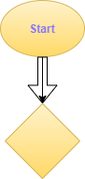
Earlier version of the draw.io export explore/diagramming/diagram.drawio.png (Yoomin99/fa21-cse110-lab4). Source tidied: cells renumbered, new cells last; positions are measured from the earlier drawing's top-left corner, leaving out a move shared by most shapes.
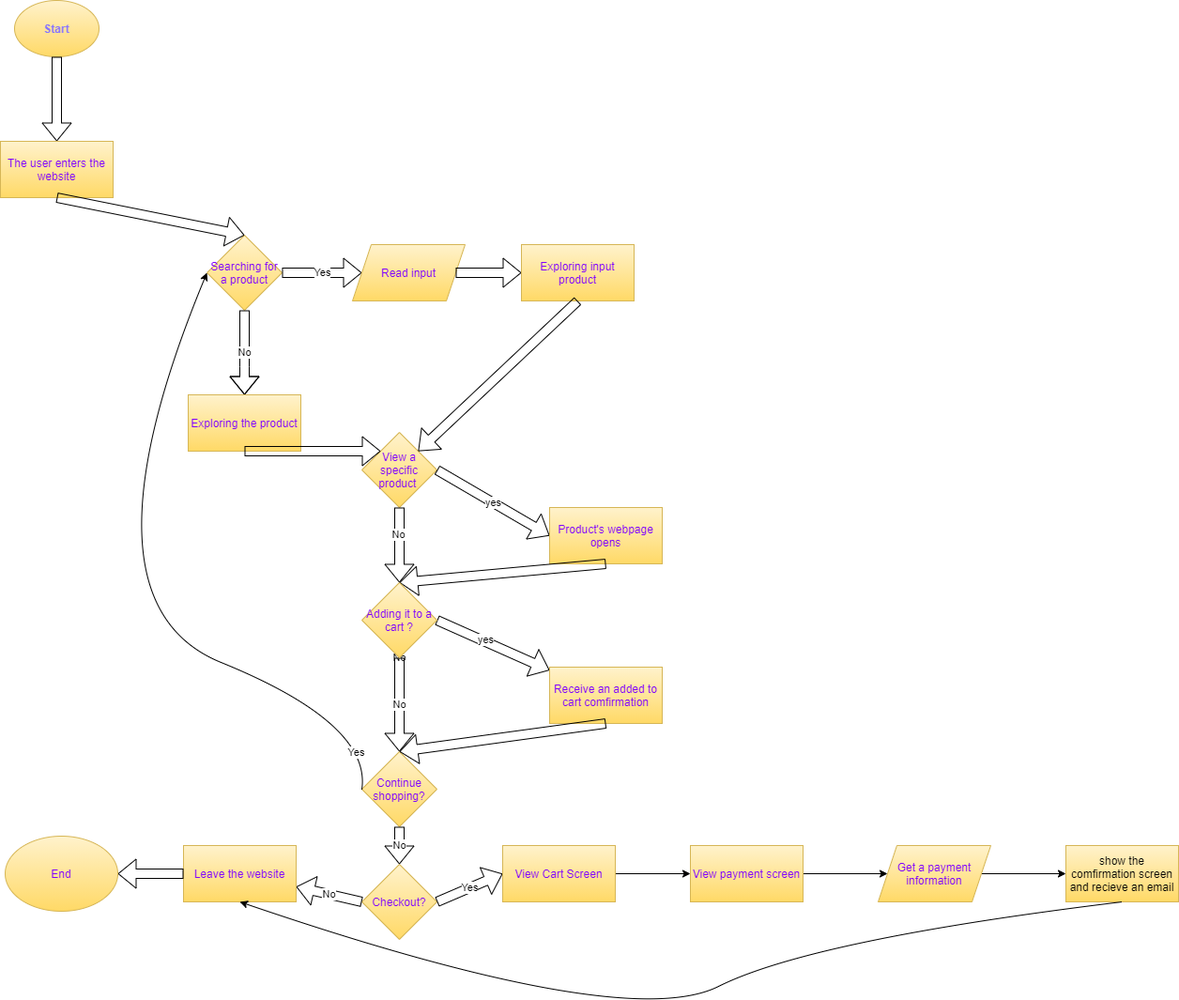
The same file after the commit.

Change to the diagram source:
```diff
@@ -2,19 +2,163 @@
   <root>
     <mxCell id="0" />
     <mxCell id="1" parent="0" />
-    <mxCell id="2" style="edgeStyle=orthogonalEdgeStyle;rounded=0;jettySize=auto;html=1;" parent="1" edge="1" source="3" target="4">
-      <mxGeometry relative="1" as="geometry" />
-    </mxCell>
     <mxCell id="3" value="&lt;b&gt;&lt;font color=&quot;#8875ff&quot;&gt;Start&lt;/font&gt;&lt;/b&gt;" style="ellipse;whiteSpace=wrap;html=1;gradientColor=#ffd966;fillColor=#fff2cc;strokeColor=#d6b656;" parent="1" vertex="1">
-      <mxGeometry width="90" height="60" as="geometry" />
+      <mxGeometry x="-200" y="-10" width="90" height="60" as="geometry" />
     </mxCell>
-    <mxCell id="4" style="rhombus;whiteSpace=wrap;html=1;gradientColor=#ffd966;fillColor=#fff2cc;strokeColor=#d6b656;" parent="1" vertex="1">
-      <mxGeometry x="5" y="110" width="80" height="80" as="geometry" />
+    <mxCell id="4" value="&lt;font color=&quot;#7f00ff&quot;&gt;Searching for a product&lt;/font&gt;" style="rhombus;whiteSpace=wrap;html=1;gradientColor=#ffd966;fillColor=#fff2cc;strokeColor=#d6b656;" parent="1" vertex="1">
+      <mxGeometry x="5" y="240" width="80" height="80" as="geometry" />
     </mxCell>
-    <mxCell id="5" style="shape=flexArrow;endArrow=classic;html=1;entryX=0.5;entryY=0;entryDx=0;entryDy=0;" parent="1" edge="1" target="4">
-      <mxGeometry relative="1" as="geometry">
-        <mxPoint x="45" y="60" as="sourcePoint" />
-      </mxGeometry>
+    <mxCell id="5" style="shape=flexArrow;endArrow=classic;html=1;entryX=0.5;entryY=0;entryDx=0;entryDy=0;exitX=0.5;exitY=1;exitDx=0;exitDy=0;" parent="1" edge="1" source="3" target="6">
+      <mxGeometry relative="1" as="geometry" />
     </mxCell>
+    <mxCell id="6" value="&lt;font color=&quot;#7f00ff&quot;&gt;The user enters the website&lt;/font&gt;" style="rounded=0;whiteSpace=wrap;html=1;gradientColor=#ffd966;fillColor=#fff2cc;strokeColor=#d6b656;" parent="1" vertex="1">
+      <mxGeometry x="-215" y="140" width="120" height="60" as="geometry" />
+    </mxCell>
+    <mxCell id="7" style="shape=flexArrow;endArrow=classic;html=1;entryX=0.5;entryY=0;entryDx=0;entryDy=0;exitX=0.5;exitY=1;exitDx=0;exitDy=0;" parent="1" edge="1" source="6" target="4">
+      <mxGeometry relative="1" as="geometry" />
+    </mxCell>
+    <mxCell id="8" value="Yes" style="shape=flexArrow;endArrow=classic;html=1;exitX=1;exitY=0.5;exitDx=0;exitDy=0;" parent="1" edge="1" source="4">
+      <mxGeometry relative="1" as="geometry">
+        <mxPoint x="170" y="280" as="targetPoint" />
+      </mxGeometry>
+    </mxCell>
+    <mxCell id="9" value="&lt;font color=&quot;#7f00ff&quot;&gt;Read input&lt;/font&gt;" style="shape=parallelogram;perimeter=parallelogramPerimeter;whiteSpace=wrap;html=1;fixedSize=1;gradientColor=#ffd966;fillColor=#fff2cc;strokeColor=#d6b656;" parent="1" vertex="1">
+      <mxGeometry x="160" y="250" width="120" height="60" as="geometry" />
+    </mxCell>
+    <mxCell id="10" style="shape=flexArrow;endArrow=classic;html=1;exitX=1;exitY=0.5;exitDx=0;exitDy=0;" parent="1" edge="1" source="9">
+      <mxGeometry relative="1" as="geometry">
+        <mxPoint x="340" y="280" as="targetPoint" />
+      </mxGeometry>
+    </mxCell>
+    <mxCell id="11" value="&lt;font color=&quot;#7f00ff&quot;&gt;Exploring input product&lt;/font&gt;" style="rounded=0;whiteSpace=wrap;html=1;fillColor=#fff2cc;gradientColor=#ffd966;strokeColor=#d6b656;" parent="1" vertex="1">
+      <mxGeometry x="340" y="250" width="120" height="60" as="geometry" />
+    </mxCell>
+    <mxCell id="12" value="No" style="shape=flexArrow;endArrow=classic;html=1;exitX=0.5;exitY=1;exitDx=0;exitDy=0;" parent="1" edge="1" source="4" target="13">
+      <mxGeometry relative="1" as="geometry">
+        <Array as="points">
+          <mxPoint x="45" y="380" />
+        </Array>
+      </mxGeometry>
+    </mxCell>
+    <mxCell id="13" value="&lt;font color=&quot;#7f00ff&quot;&gt;Exploring the product&lt;/font&gt;" style="rounded=0;whiteSpace=wrap;html=1;fillColor=#fff2cc;gradientColor=#ffd966;strokeColor=#d6b656;" parent="1" vertex="1">
+      <mxGeometry x="-15" y="410" width="120" height="60" as="geometry" />
+    </mxCell>
+    <mxCell id="14" value="&lt;font color=&quot;#7f00ff&quot;&gt;View a specific product&amp;nbsp;&lt;/font&gt;" style="rhombus;whiteSpace=wrap;html=1;fillColor=#fff2cc;gradientColor=#ffd966;strokeColor=#d6b656;" parent="1" vertex="1">
+      <mxGeometry x="170" y="450" width="80" height="80" as="geometry" />
+    </mxCell>
+    <mxCell id="15" style="shape=flexArrow;endArrow=classic;html=1;exitX=0.5;exitY=1;exitDx=0;exitDy=0;entryX=0;entryY=0;entryDx=0;entryDy=0;" parent="1" edge="1" source="13" target="14">
+      <mxGeometry relative="1" as="geometry" />
+    </mxCell>
+    <mxCell id="16" style="shape=flexArrow;endArrow=classic;html=1;exitX=0.5;exitY=1;exitDx=0;exitDy=0;entryX=1;entryY=0;entryDx=0;entryDy=0;" parent="1" edge="1" source="11" target="14">
+      <mxGeometry relative="1" as="geometry" />
+    </mxCell>
+    <mxCell id="17" value="yes" style="shape=flexArrow;endArrow=classic;html=1;exitX=1;exitY=0.5;exitDx=0;exitDy=0;" parent="1" edge="1" source="14">
+      <mxGeometry relative="1" as="geometry">
+        <mxPoint x="370" y="560" as="targetPoint" />
+      </mxGeometry>
+    </mxCell>
+    <mxCell id="18" value="&lt;font color=&quot;#7f00ff&quot;&gt;Product's webpage opens&lt;/font&gt;" style="rounded=0;whiteSpace=wrap;html=1;fillColor=#fff2cc;gradientColor=#ffd966;strokeColor=#d6b656;" parent="1" vertex="1">
+      <mxGeometry x="370" y="530" width="120" height="60" as="geometry" />
+    </mxCell>
+    <mxCell id="19" value="No" style="shape=flexArrow;endArrow=classic;html=1;exitX=0.5;exitY=1;exitDx=0;exitDy=0;startArrow=none;" parent="1" edge="1" source="34">
+      <mxGeometry relative="1" as="geometry">
+        <mxPoint x="210" y="690" as="targetPoint" />
+      </mxGeometry>
+    </mxCell>
+    <mxCell id="20" style="shape=flexArrow;endArrow=classic;html=1;exitX=0.5;exitY=1;exitDx=0;exitDy=0;entryX=0.5;entryY=0;entryDx=0;entryDy=0;" parent="1" edge="1" source="18" target="34">
+      <mxGeometry relative="1" as="geometry" />
+    </mxCell>
+    <mxCell id="21" style="shape=flexArrow;endArrow=classic;html=1;exitX=1;exitY=0.5;exitDx=0;exitDy=0;" parent="1" edge="1" source="34" target="23">
+      <mxGeometry relative="1" as="geometry" />
+    </mxCell>
+    <mxCell id="22" value="yes" style="edgeLabel;html=1;align=center;verticalAlign=middle;" parent="21" vertex="1">
+      <mxGeometry x="-0.14" y="2" relative="1" as="geometry" />
+    </mxCell>
+    <mxCell id="23" value="&lt;font color=&quot;#7f00ff&quot;&gt;Receive an added to cart comfirmation&lt;/font&gt;" style="rounded=0;whiteSpace=wrap;html=1;fillColor=#fff2cc;gradientColor=#ffd966;strokeColor=#d6b656;" parent="1" vertex="1">
+      <mxGeometry x="370" y="700" width="120" height="60" as="geometry" />
+    </mxCell>
+    <mxCell id="24" value="No" style="shape=flexArrow;endArrow=classic;html=1;exitX=0.5;exitY=1;exitDx=0;exitDy=0;" parent="1" edge="1" source="34" target="25">
+      <mxGeometry relative="1" as="geometry" />
+    </mxCell>
+    <mxCell id="25" value="&lt;font color=&quot;#7f00ff&quot;&gt;Continue shopping?&lt;/font&gt;" style="rhombus;whiteSpace=wrap;html=1;fillColor=#fff2cc;gradientColor=#ffd966;strokeColor=#d6b656;" parent="1" vertex="1">
+      <mxGeometry x="170" y="790" width="80" height="80" as="geometry" />
+    </mxCell>
+    <mxCell id="26" style="shape=flexArrow;endArrow=classic;html=1;exitX=0.5;exitY=1;exitDx=0;exitDy=0;entryX=0.5;entryY=0;entryDx=0;entryDy=0;" parent="1" edge="1" source="23" target="25">
+      <mxGeometry relative="1" as="geometry" />
+    </mxCell>
+    <mxCell id="27" style="curved=1;endArrow=classic;html=1;exitX=0;exitY=0.5;exitDx=0;exitDy=0;entryX=0;entryY=0.5;entryDx=0;entryDy=0;" parent="1" edge="1" source="25" target="4">
+      <mxGeometry relative="1" as="geometry">
+        <Array as="points">
+          <mxPoint x="180" y="760" />
+          <mxPoint x="-140" y="630" />
+        </Array>
+      </mxGeometry>
+    </mxCell>
+    <mxCell id="28" value="Yes" style="edgeLabel;html=1;align=center;verticalAlign=middle;" parent="27" vertex="1">
+      <mxGeometry x="-0.9" y="12" relative="1" as="geometry" />
+    </mxCell>
+    <mxCell id="29" value="&lt;font color=&quot;#7f00ff&quot;&gt;Checkout?&lt;/font&gt;" style="rhombus;whiteSpace=wrap;html=1;fillColor=#fff2cc;gradientColor=#ffd966;strokeColor=#d6b656;" parent="1" vertex="1">
+      <mxGeometry x="170" y="910" width="80" height="80" as="geometry" />
+    </mxCell>
+    <mxCell id="30" value="No" style="shape=flexArrow;endArrow=classic;html=1;exitX=0;exitY=0.5;exitDx=0;exitDy=0;" parent="1" edge="1" source="29" target="31">
+      <mxGeometry relative="1" as="geometry" />
+    </mxCell>
+    <mxCell id="31" value="&lt;font color=&quot;#7f00ff&quot;&gt;Leave the website&lt;/font&gt;" style="rounded=0;whiteSpace=wrap;html=1;fillColor=#fff2cc;gradientColor=#ffd966;strokeColor=#d6b656;" parent="1" vertex="1">
+      <mxGeometry x="-20" y="890" width="120" height="60" as="geometry" />
+    </mxCell>
+    <mxCell id="32" style="shape=flexArrow;endArrow=classic;html=1;exitX=0;exitY=0.5;exitDx=0;exitDy=0;entryX=1;entryY=0.5;entryDx=0;entryDy=0;" parent="1" edge="1" source="31" target="33">
+      <mxGeometry relative="1" as="geometry" />
+    </mxCell>
+    <mxCell id="33" value="&lt;font color=&quot;#7f00ff&quot;&gt;End&lt;/font&gt;" style="ellipse;whiteSpace=wrap;html=1;fillColor=#fff2cc;gradientColor=#ffd966;strokeColor=#d6b656;" parent="1" vertex="1">
+      <mxGeometry x="-210" y="880" width="120" height="80" as="geometry" />
+    </mxCell>
+    <mxCell id="34" value="&lt;font color=&quot;#7f00ff&quot;&gt;Adding it to a cart ?&lt;/font&gt;" style="rhombus;whiteSpace=wrap;html=1;fillColor=#fff2cc;gradientColor=#ffd966;strokeColor=#d6b656;" parent="1" vertex="1">
+      <mxGeometry x="170" y="610" width="80" height="80" as="geometry" />
+    </mxCell>
+    <mxCell id="35" style="shape=flexArrow;endArrow=classic;html=1;exitX=0.5;exitY=1;exitDx=0;exitDy=0;entryX=0.5;entryY=0;entryDx=0;entryDy=0;" parent="1" edge="1" source="14" target="34">
+      <mxGeometry relative="1" as="geometry" />
+    </mxCell>
+    <mxCell id="36" value="No" style="edgeLabel;html=1;align=center;verticalAlign=middle;" parent="35" vertex="1">
+      <mxGeometry x="-0.28" y="-1" relative="1" as="geometry">
+        <mxPoint y="-1" as="offset" />
+      </mxGeometry>
+    </mxCell>
+    <mxCell id="37" value="No" style="shape=flexArrow;endArrow=classic;html=1;exitX=0.5;exitY=1;exitDx=0;exitDy=0;entryX=0.5;entryY=0;entryDx=0;entryDy=0;" parent="1" edge="1" source="25" target="29">
+      <mxGeometry relative="1" as="geometry" />
+    </mxCell>
+    <mxCell id="38" value="Yes" style="shape=flexArrow;endArrow=classic;html=1;exitX=1;exitY=0.5;exitDx=0;exitDy=0;" parent="1" edge="1" source="29">
+      <mxGeometry relative="1" as="geometry">
+        <mxPoint x="320" y="920" as="targetPoint" />
+      </mxGeometry>
+    </mxCell>
+    <mxCell id="39" style="edgeStyle=orthogonalEdgeStyle;rounded=0;jettySize=auto;html=1;" parent="1" edge="1" source="40" target="42">
+      <mxGeometry relative="1" as="geometry" />
+    </mxCell>
+    <mxCell id="40" value="&lt;font color=&quot;#7f00ff&quot;&gt;View Cart Screen&lt;/font&gt;" style="rounded=0;whiteSpace=wrap;html=1;fillColor=#fff2cc;gradientColor=#ffd966;strokeColor=#d6b656;" parent="1" vertex="1">
+      <mxGeometry x="320" y="890" width="120" height="60" as="geometry" />
+    </mxCell>
+    <mxCell id="41" style="edgeStyle=orthogonalEdgeStyle;rounded=0;jettySize=auto;html=1;" parent="1" edge="1" source="42" target="44">
+      <mxGeometry relative="1" as="geometry" />
+    </mxCell>
+    <mxCell id="42" value="&lt;font color=&quot;#7f00ff&quot;&gt;View payment screen&lt;/font&gt;" style="rounded=0;whiteSpace=wrap;html=1;fillColor=#fff2cc;gradientColor=#ffd966;strokeColor=#d6b656;" parent="1" vertex="1">
+      <mxGeometry x="520" y="890" width="120" height="60" as="geometry" />
+    </mxCell>
+    <mxCell id="43" style="edgeStyle=orthogonalEdgeStyle;rounded=0;jettySize=auto;html=1;" parent="1" edge="1" source="44" target="45">
+      <mxGeometry relative="1" as="geometry" />
+    </mxCell>
+    <mxCell id="44" value="&lt;font color=&quot;#7f00ff&quot;&gt;Get a payment information&lt;/font&gt;" style="shape=parallelogram;perimeter=parallelogramPerimeter;whiteSpace=wrap;html=1;fixedSize=1;rounded=0;fillColor=#fff2cc;gradientColor=#ffd966;strokeColor=#d6b656;" parent="1" vertex="1">
+      <mxGeometry x="720" y="890" width="120" height="60" as="geometry" />
+    </mxCell>
+    <mxCell id="45" value="show the comfirmation screen and recieve an email" style="whiteSpace=wrap;html=1;rounded=0;fillColor=#fff2cc;gradientColor=#ffd966;strokeColor=#d6b656;" parent="1" vertex="1">
+      <mxGeometry x="920" y="890" width="120" height="60" as="geometry" />
+    </mxCell>
+    <mxCell id="46" style="curved=1;endArrow=classic;html=1;exitX=0.5;exitY=1;exitDx=0;exitDy=0;entryX=0.5;entryY=1;entryDx=0;entryDy=0;" parent="1" edge="1" source="45" target="31">
+      <mxGeometry relative="1" as="geometry">
+        <Array as="points">
+          <mxPoint x="650" y="990" />
+          <mxPoint x="450" y="1090" />
+        </Array>
+      </mxGeometry>
+    </mxCell>
   </root>
 </mxGraphModel>
```
